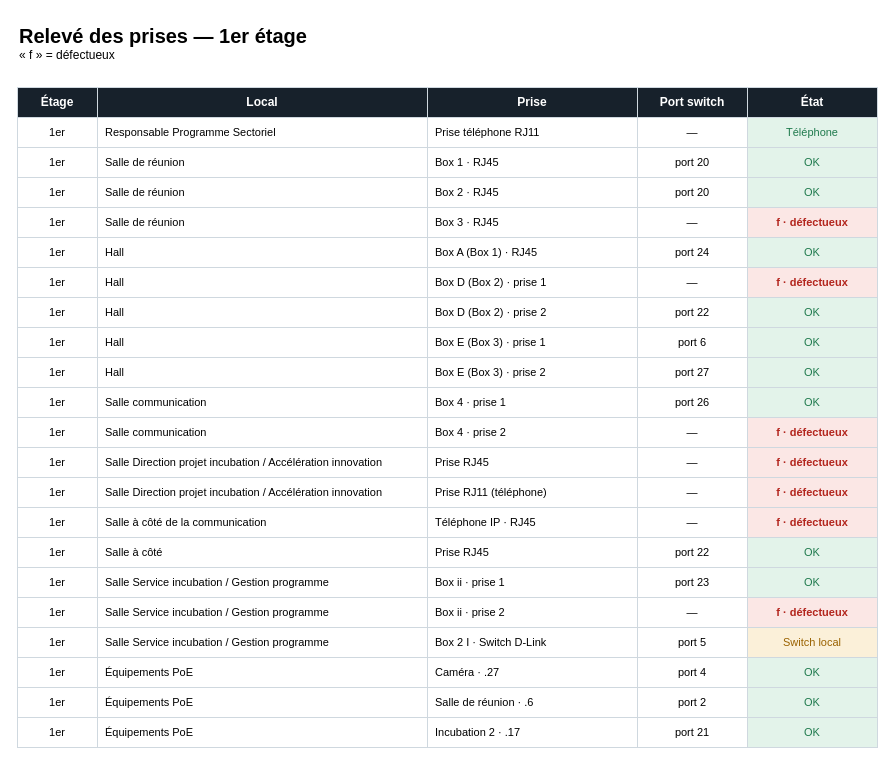
Earlier version of the draw.io diagram page "3 - Tableau des prises" (3 of 3) of docs/architecture-reseau/architecture-reseau.drawio (obssieh-hash/uediaefgzeaf-egferzufgezifzehu-). Source tidied: cells renumbered, new cells numbered last; positions are measured from the earlier drawing's top-left corner, leaving out a move shared by most shapes. Both pictures are drawn from the tidied source at 100%, with x=0, y=0 at pixel (17, 17).
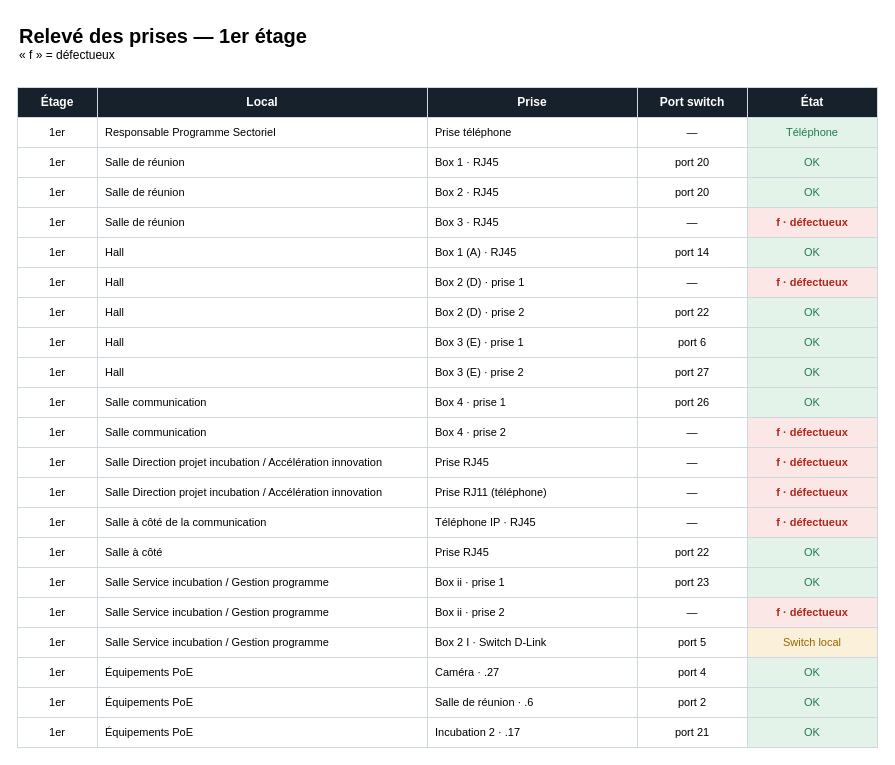
The same diagram, later.

Commit message (it also covers changes not shown here):
Show switch port on each box; Hall Box 1 on port 14

Claude-Session: https://claude.ai/code/session_01F2rKLbVqMneLCpJ3bEKdsS

The edit, as a diff of the source:
```diff
@@
-    <mxCell id="10" value="Prise téléphone RJ11" style="rounded=0;whiteSpace=wrap;html=1;strokeColor=#CFD8DF;fontSize=11;align=left;spacingLeft=6;fillColor=#FFFFFF;" parent="1" vertex="1">
+    <mxCell id="10" value="Prise téléphone" style="rounded=0;whiteSpace=wrap;html=1;strokeColor=#CFD8DF;fontSize=11;align=left;spacingLeft=6;fillColor=#FFFFFF;" parent="1" vertex="1">
       <mxGeometry x="410" y="100" width="210" height="30" as="geometry" />
     </mxCell>
@@
-    <mxCell id="30" value="Box A (Box 1) · RJ45" style="rounded=0;whiteSpace=wrap;html=1;strokeColor=#CFD8DF;fontSize=11;align=left;spacingLeft=6;fillColor=#FFFFFF;" parent="1" vertex="1">
+    <mxCell id="30" value="Box 1 (A) · RJ45" style="rounded=0;whiteSpace=wrap;html=1;strokeColor=#CFD8DF;fontSize=11;align=left;spacingLeft=6;fillColor=#FFFFFF;" parent="1" vertex="1">
       <mxGeometry x="410" y="220" width="210" height="30" as="geometry" />
     </mxCell>
-    <mxCell id="31" value="port 24" style="rounded=0;whiteSpace=wrap;html=1;strokeColor=#CFD8DF;fontSize=11;fillColor=#FFFFFF;" parent="1" vertex="1">
+    <mxCell id="31" value="port 14" style="rounded=0;whiteSpace=wrap;html=1;strokeColor=#CFD8DF;fontSize=11;fillColor=#FFFFFF;" parent="1" vertex="1">
       <mxGeometry x="620" y="220" width="110" height="30" as="geometry" />
     </mxCell>
@@
-    <mxCell id="35" value="Box D (Box 2) · prise 1" style="rounded=0;whiteSpace=wrap;html=1;strokeColor=#CFD8DF;fontSize=11;align=left;spacingLeft=6;fillColor=#FFFFFF;" parent="1" vertex="1">
+    <mxCell id="35" value="Box 2 (D) · prise 1" style="rounded=0;whiteSpace=wrap;html=1;strokeColor=#CFD8DF;fontSize=11;align=left;spacingLeft=6;fillColor=#FFFFFF;" parent="1" vertex="1">
       <mxGeometry x="410" y="250" width="210" height="30" as="geometry" />
     </mxCell>
@@
-    <mxCell id="40" value="Box D (Box 2) · prise 2" style="rounded=0;whiteSpace=wrap;html=1;strokeColor=#CFD8DF;fontSize=11;align=left;spacingLeft=6;fillColor=#FFFFFF;" parent="1" vertex="1">
+    <mxCell id="40" value="Box 2 (D) · prise 2" style="rounded=0;whiteSpace=wrap;html=1;strokeColor=#CFD8DF;fontSize=11;align=left;spacingLeft=6;fillColor=#FFFFFF;" parent="1" vertex="1">
       <mxGeometry x="410" y="280" width="210" height="30" as="geometry" />
     </mxCell>
@@
-    <mxCell id="45" value="Box E (Box 3) · prise 1" style="rounded=0;whiteSpace=wrap;html=1;strokeColor=#CFD8DF;fontSize=11;align=left;spacingLeft=6;fillColor=#FFFFFF;" parent="1" vertex="1">
+    <mxCell id="45" value="Box 3 (E) · prise 1" style="rounded=0;whiteSpace=wrap;html=1;strokeColor=#CFD8DF;fontSize=11;align=left;spacingLeft=6;fillColor=#FFFFFF;" parent="1" vertex="1">
       <mxGeometry x="410" y="310" width="210" height="30" as="geometry" />
     </mxCell>
@@
-    <mxCell id="50" value="Box E (Box 3) · prise 2" style="rounded=0;whiteSpace=wrap;html=1;strokeColor=#CFD8DF;fontSize=11;align=left;spacingLeft=6;fillColor=#FFFFFF;" parent="1" vertex="1">
+    <mxCell id="50" value="Box 3 (E) · prise 2" style="rounded=0;whiteSpace=wrap;html=1;strokeColor=#CFD8DF;fontSize=11;align=left;spacingLeft=6;fillColor=#FFFFFF;" parent="1" vertex="1">
       <mxGeometry x="410" y="340" width="210" height="30" as="geometry" />
     </mxCell>
```
